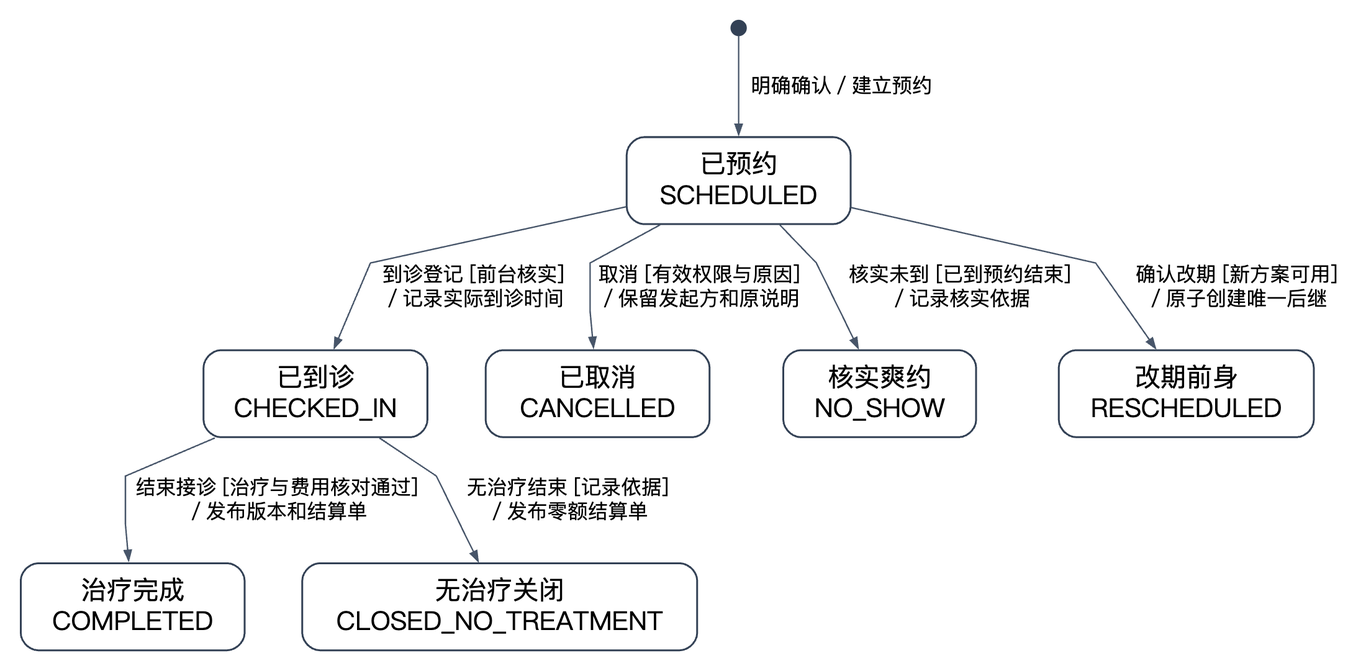
Zhang646967/adc-dental-clinic keeps this Graphviz diagram as docs/diagrams/visit_state.png. Above is the earlier version. Its source is kept beside it as docs/diagrams/visit_state.dot. Source of this version:
```dot
digraph G {
 graph [rankdir=TB,bgcolor="white",pad=.2,nodesep=.55,ranksep=.75,splines=polyline];
 node [shape=box,style=rounded,fontname="Noto Sans CJK SC",fontsize=18,margin=".18,.12",color="#334155",penwidth=1.3];
 edge [fontname="Noto Sans CJK SC",fontsize=14,color="#475569",arrowsize=.7];
 initial [shape=point,width=.14];
 SCHEDULED [label="已预约\nSCHEDULED"];
 CHECKED_IN [label="已到诊\nCHECKED_IN"];
 COMPLETED [label="治疗完成\nCOMPLETED"];
 CLOSED_NO_TREATMENT [label="无治疗关闭\nCLOSED_NO_TREATMENT"];
 CANCELLED [label="已取消\nCANCELLED"];
 NO_SHOW [label="核实爽约\nNO_SHOW"];
 RESCHEDULED [label="改期前身\nRESCHEDULED"];
 initial -> SCHEDULED [label="明确确认／建立预约"];
 SCHEDULED -> CHECKED_IN [label="到诊登记 [前台核实]\n／记录实际到诊时间"];
 CHECKED_IN -> COMPLETED [label="结束接诊 [治疗与费用核对通过]\n／发布版本和结算单"];
 CHECKED_IN -> CLOSED_NO_TREATMENT [label="无治疗结束 [记录依据]\n／发布零额结算单"];
 SCHEDULED -> CANCELLED [label="取消 [有效权限与原因]\n／保留发起方和原说明"];
 SCHEDULED -> NO_SHOW [label="核实未到 [已到预约结束]\n／记录核实依据"];
 SCHEDULED -> RESCHEDULED [label="确认改期 [新方案可用]\n／原子创建唯一后继"];
 {rank=same;CANCELLED;NO_SHOW;RESCHEDULED;}
 {rank=same;COMPLETED;CLOSED_NO_TREATMENT;}
 }
```
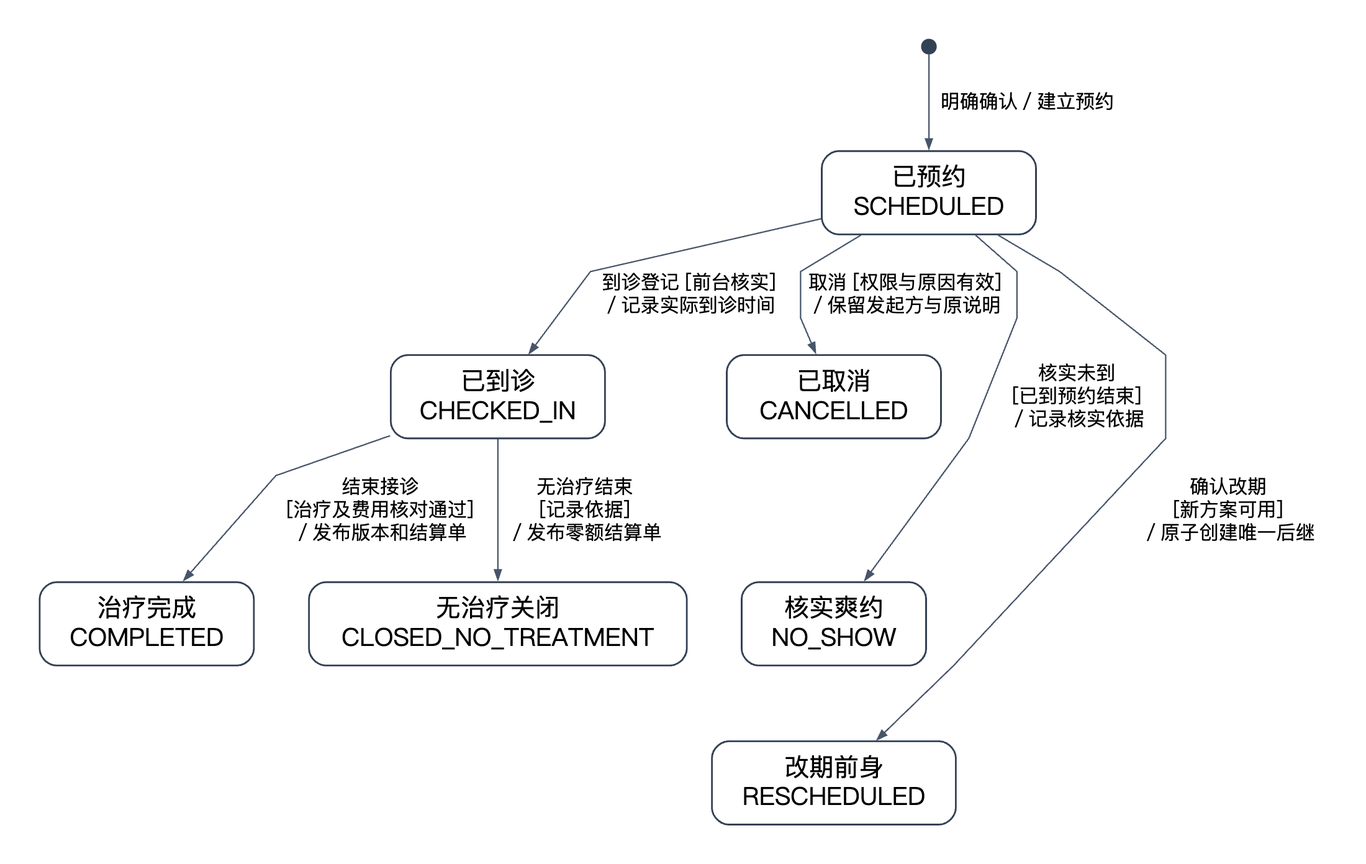
After the commit.

Diff of the diagram source:
```diff
@@ -1,5 +1,5 @@
 digraph G {
- graph [rankdir=TB,bgcolor="white",pad=.2,nodesep=.55,ranksep=.75,splines=polyline];
+ graph [rankdir=TB,bgcolor="white",pad=.4,nodesep=.55,ranksep=.75,splines=polyline];
  node [shape=box,style=rounded,fontname="Noto Sans CJK SC",fontsize=18,margin=".18,.12",color="#334155",penwidth=1.3];
  edge [fontname="Noto Sans CJK SC",fontsize=14,color="#475569",arrowsize=.7];
  initial [shape=point,width=.14];
@@ -12,11 +12,11 @@
  RESCHEDULED [label="改期前身\nRESCHEDULED"];
  initial -> SCHEDULED [label="明确确认／建立预约"];
  SCHEDULED -> CHECKED_IN [label="到诊登记 [前台核实]\n／记录实际到诊时间"];
- CHECKED_IN -> COMPLETED [label="结束接诊 [治疗与费用核对通过]\n／发布版本和结算单"];
- CHECKED_IN -> CLOSED_NO_TREATMENT [label="无治疗结束 [记录依据]\n／发布零额结算单"];
- SCHEDULED -> CANCELLED [label="取消 [有效权限与原因]\n／保留发起方和原说明"];
- SCHEDULED -> NO_SHOW [label="核实未到 [已到预约结束]\n／记录核实依据"];
- SCHEDULED -> RESCHEDULED [label="确认改期 [新方案可用]\n／原子创建唯一后继"];
- {rank=same;CANCELLED;NO_SHOW;RESCHEDULED;}
+ CHECKED_IN -> COMPLETED [label="结束接诊\n[治疗及费用核对通过]\n／发布版本和结算单"];
+ CHECKED_IN -> CLOSED_NO_TREATMENT [label="无治疗结束\n[记录依据]\n／发布零额结算单"];
+ SCHEDULED -> CANCELLED [label="取消 [权限与原因有效]\n／保留发起方与原说明"];
+ SCHEDULED -> NO_SHOW [label="核实未到\n[已到预约结束]\n／记录核实依据"];
+ SCHEDULED -> RESCHEDULED [label="确认改期\n[新方案可用]\n／原子创建唯一后继"];
+ CANCELLED -> NO_SHOW -> RESCHEDULED [style=invis,weight=8];
  {rank=same;COMPLETED;CLOSED_NO_TREATMENT;}
  }
```
